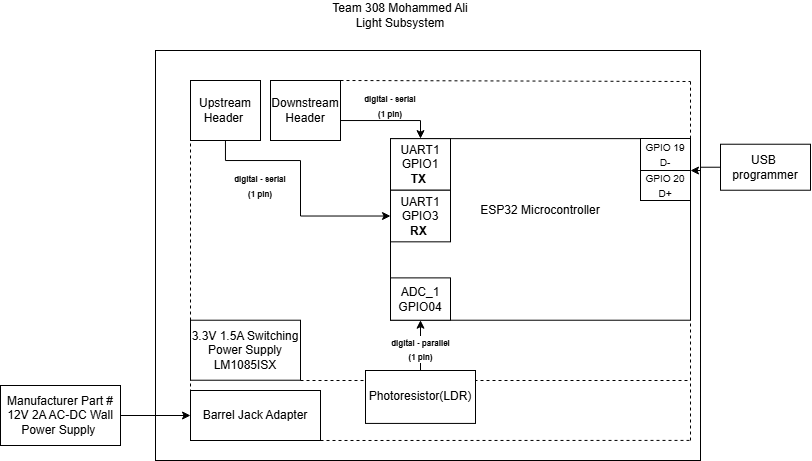
malqarn2/EGR314DataSheetTemplate keeps this draw.io diagram as 02-Block-Diagram/Mo314 Block diagram1.drawio.png. Above is the earlier version. Source tidied: cells renumbered, new cells last; positions are measured from the earlier drawing's top-left corner, leaving out a move shared by most shapes. Its diagram source:
```xml
<mxGraphModel>
  <root>
    <mxCell id="0" />
    <mxCell id="1" parent="0" />
    <mxCell id="2" value="Team 308&amp;nbsp;&lt;span style=&quot;background-color: transparent; color: light-dark(rgb(0, 0, 0), rgb(255, 255, 255));&quot;&gt;Mohammed Ali&lt;/span&gt;&lt;div&gt;&lt;span style=&quot;background-color: transparent; color: light-dark(rgb(0, 0, 0), rgb(255, 255, 255));&quot;&gt;Light Subsystem&lt;/span&gt;&lt;/div&gt;" style="text;html=1;whiteSpace=wrap;strokeColor=none;fillColor=none;align=center;verticalAlign=middle;rounded=0;" parent="1" vertex="1">
      <mxGeometry x="310" width="180" height="30" as="geometry" />
    </mxCell>
    <mxCell id="3" style="rounded=0;whiteSpace=wrap;html=1;" parent="1" vertex="1">
      <mxGeometry x="155" y="50" width="545" height="410" as="geometry" />
    </mxCell>
    <mxCell id="4" value="&lt;div&gt;&lt;br&gt;&lt;/div&gt;&lt;div&gt;&lt;br&gt;&lt;/div&gt;&lt;div&gt;&lt;br&gt;&lt;/div&gt;&lt;div&gt;&lt;br&gt;&lt;/div&gt;&lt;div&gt;ESP32 Microcontroller&lt;/div&gt;" style="rounded=0;whiteSpace=wrap;html=1;verticalAlign=top;" parent="1" vertex="1">
      <mxGeometry x="390" y="138.1" width="300" height="181.6" as="geometry" />
    </mxCell>
    <mxCell id="5" value="ADC_1&lt;br&gt;GPIO04" style="rounded=0;whiteSpace=wrap;html=1;" parent="1" vertex="1">
      <mxGeometry x="390" y="277.4" width="60" height="42.3" as="geometry" />
    </mxCell>
    <mxCell id="6" style="edgeStyle=orthogonalEdgeStyle;rounded=0;jettySize=auto;html=1;entryX=0.5;entryY=1;entryDx=0;entryDy=0;" parent="1" edge="1" source="24" target="5">
      <mxGeometry relative="1" as="geometry">
        <Array as="points">
          <mxPoint x="420" y="350" />
          <mxPoint x="420" y="350" />
        </Array>
      </mxGeometry>
    </mxCell>
    <mxCell id="7" value="&lt;font style=&quot;font-size: 8px;&quot;&gt;&lt;b&gt;digital - parallel&lt;br&gt;(1 pin)&lt;/b&gt;&lt;br&gt;&lt;/font&gt;" style="edgeLabel;html=1;align=center;verticalAlign=middle;" parent="6" vertex="1">
      <mxGeometry x="-0.14" relative="1" as="geometry" />
    </mxCell>
    <mxCell id="8" value="UART1&lt;br&gt;GPIO1&lt;br&gt;&lt;b&gt;TX&amp;nbsp;&lt;/b&gt;" style="rounded=0;whiteSpace=wrap;html=1;" parent="1" vertex="1">
      <mxGeometry x="390" y="138.1" width="60" height="51.6" as="geometry" />
    </mxCell>
    <mxCell id="9" value="UART1&lt;br&gt;GPIO3&lt;br&gt;&lt;b&gt;RX&amp;nbsp;&lt;/b&gt;" style="rounded=0;whiteSpace=wrap;html=1;" parent="1" vertex="1">
      <mxGeometry x="390" y="189.7" width="60" height="51.6" as="geometry" />
    </mxCell>
    <mxCell id="10" style="edgeStyle=orthogonalEdgeStyle;rounded=0;jettySize=auto;html=1;entryX=0;entryY=0.5;entryDx=0;entryDy=0;" parent="1" edge="1" source="11" target="12">
      <mxGeometry relative="1" as="geometry" />
    </mxCell>
    <mxCell id="11" value="Manufacturer Part #&lt;br/&gt;12V 2A AC-DC Wall&lt;br/&gt;Power Supply&amp;nbsp;" style="rounded=0;whiteSpace=wrap;html=1;" parent="1" vertex="1">
      <mxGeometry y="385" width="120" height="60" as="geometry" />
    </mxCell>
    <mxCell id="12" value="Barrel Jack Adapter" style="rounded=0;whiteSpace=wrap;html=1;" parent="1" vertex="1">
      <mxGeometry x="190" y="390" width="130" height="50" as="geometry" />
    </mxCell>
    <mxCell id="13" value="3.3V 1.5A Switching&lt;br&gt;Power Supply&lt;div&gt;LM1085ISX&lt;/div&gt;" style="rounded=0;whiteSpace=wrap;html=1;" parent="1" vertex="1">
      <mxGeometry x="190" y="319.7" width="110" height="60" as="geometry" />
    </mxCell>
    <mxCell id="14" style="edgeStyle=orthogonalEdgeStyle;rounded=0;jettySize=auto;html=1;entryX=0;entryY=0.5;entryDx=0;entryDy=0;" parent="1" edge="1" source="15" target="9">
      <mxGeometry relative="1" as="geometry">
        <Array as="points">
          <mxPoint x="225" y="160" />
          <mxPoint x="300" y="160" />
          <mxPoint x="300" y="216" />
        </Array>
      </mxGeometry>
    </mxCell>
    <mxCell id="15" value="Upstream&lt;br/&gt;Header&amp;nbsp;" style="rounded=0;whiteSpace=wrap;html=1;" parent="1" vertex="1">
      <mxGeometry x="190" y="80" width="70" height="60" as="geometry" />
    </mxCell>
    <mxCell id="16" style="edgeStyle=orthogonalEdgeStyle;rounded=0;jettySize=auto;html=1;entryX=0.5;entryY=0;entryDx=0;entryDy=0;" parent="1" edge="1" target="8">
      <mxGeometry relative="1" as="geometry">
        <mxPoint x="340" y="118" as="sourcePoint" />
        <Array as="points">
          <mxPoint x="340" y="120" />
          <mxPoint x="420" y="120" />
        </Array>
      </mxGeometry>
    </mxCell>
    <mxCell id="17" value="Downstream&lt;br/&gt;Header" style="rounded=0;whiteSpace=wrap;html=1;" parent="1" vertex="1">
      <mxGeometry x="270" y="80" width="70" height="60" as="geometry" />
    </mxCell>
    <mxCell id="18" value="&lt;font style=&quot;font-size: 8px;&quot;&gt;&lt;b&gt;digital - serial&lt;br&gt;(1 pin)&lt;/b&gt;&lt;br&gt;&lt;/font&gt;" style="text;html=1;whiteSpace=wrap;strokeColor=none;fillColor=none;align=center;verticalAlign=middle;rounded=0;" parent="1" vertex="1">
      <mxGeometry x="360" y="90" width="60" height="30" as="geometry" />
    </mxCell>
    <mxCell id="19" value="&lt;b style=&quot;font-size: 8px;&quot;&gt;digital - serial&lt;br&gt;(1 pin)&lt;/b&gt;" style="text;html=1;whiteSpace=wrap;strokeColor=none;fillColor=none;align=center;verticalAlign=middle;rounded=0;" parent="1" vertex="1">
      <mxGeometry x="230" y="170" width="60" height="30" as="geometry" />
    </mxCell>
    <mxCell id="20" style="endArrow=none;dashed=1;html=1;rounded=0;exitX=0;exitY=1;exitDx=0;exitDy=0;" parent="1" edge="1" source="12">
      <mxGeometry relative="1" as="geometry">
        <mxPoint x="190" y="140" as="targetPoint" />
      </mxGeometry>
    </mxCell>
    <mxCell id="21" style="endArrow=none;dashed=1;html=1;rounded=0;" parent="1" edge="1">
      <mxGeometry relative="1" as="geometry">
        <mxPoint x="340" y="80" as="sourcePoint" />
        <mxPoint x="690" y="81" as="targetPoint" />
      </mxGeometry>
    </mxCell>
    <mxCell id="22" style="endArrow=none;dashed=1;html=1;rounded=0;exitX=1;exitY=0;exitDx=0;exitDy=0;" parent="1" edge="1" source="4">
      <mxGeometry relative="1" as="geometry">
        <mxPoint x="690" y="80" as="targetPoint" />
      </mxGeometry>
    </mxCell>
    <mxCell id="23" style="endArrow=none;dashed=1;html=1;rounded=0;" parent="1" edge="1">
      <mxGeometry relative="1" as="geometry">
        <mxPoint x="300" y="380" as="sourcePoint" />
        <mxPoint x="690" y="380" as="targetPoint" />
      </mxGeometry>
    </mxCell>
    <mxCell id="24" value="&lt;div&gt;Photoresistor(LDR)&lt;/div&gt;" style="rounded=0;whiteSpace=wrap;html=1;" parent="1" vertex="1">
      <mxGeometry x="365" y="370" width="110" height="52.9" as="geometry" />
    </mxCell>
    <mxCell id="25" style="endArrow=none;dashed=1;html=1;rounded=0;entryX=0.982;entryY=0.951;entryDx=0;entryDy=0;entryPerimeter=0;" parent="1" edge="1" target="3">
      <mxGeometry relative="1" as="geometry">
        <mxPoint x="320" y="440" as="sourcePoint" />
      </mxGeometry>
    </mxCell>
    <mxCell id="26" style="endArrow=none;dashed=1;html=1;rounded=0;" parent="1" edge="1">
      <mxGeometry relative="1" as="geometry">
        <mxPoint x="690" y="440" as="sourcePoint" />
        <mxPoint x="690" y="380" as="targetPoint" />
      </mxGeometry>
    </mxCell>
    <mxCell id="27" style="endArrow=none;dashed=1;html=1;rounded=0;entryX=1;entryY=1;entryDx=0;entryDy=0;" parent="1" edge="1" target="4">
      <mxGeometry relative="1" as="geometry">
        <mxPoint x="690" y="380" as="sourcePoint" />
      </mxGeometry>
    </mxCell>
    <mxCell id="28" value="&lt;font style=&quot;font-size: 10px;&quot;&gt;GPIO 19&lt;/font&gt;&lt;div&gt;&lt;font style=&quot;font-size: 10px;&quot;&gt;D-&lt;/font&gt;&lt;/div&gt;" style="rounded=0;whiteSpace=wrap;html=1;" parent="1" vertex="1">
      <mxGeometry x="640" y="138" width="50" height="32" as="geometry" />
    </mxCell>
    <mxCell id="29" value="&lt;font size=&quot;1&quot;&gt;GPIO 20&lt;/font&gt;&lt;div&gt;&lt;font size=&quot;1&quot;&gt;D+&lt;/font&gt;&lt;/div&gt;" style="rounded=0;whiteSpace=wrap;html=1;" parent="1" vertex="1">
      <mxGeometry x="640" y="170" width="50" height="30" as="geometry" />
    </mxCell>
    <mxCell id="30" style="edgeStyle=orthogonalEdgeStyle;rounded=0;jettySize=auto;html=1;entryX=1;entryY=0;entryDx=0;entryDy=0;exitX=0;exitY=0.5;exitDx=0;exitDy=0;" parent="1" edge="1" source="31" target="29">
      <mxGeometry relative="1" as="geometry">
        <Array as="points">
          <mxPoint x="700" y="167" />
          <mxPoint x="700" y="170" />
        </Array>
      </mxGeometry>
    </mxCell>
    <mxCell id="31" value="USB&amp;nbsp;&lt;br&gt;programmer" style="rounded=0;whiteSpace=wrap;html=1;" parent="1" vertex="1">
      <mxGeometry x="720" y="143.7" width="90" height="46" as="geometry" />
    </mxCell>
  </root>
</mxGraphModel>
```
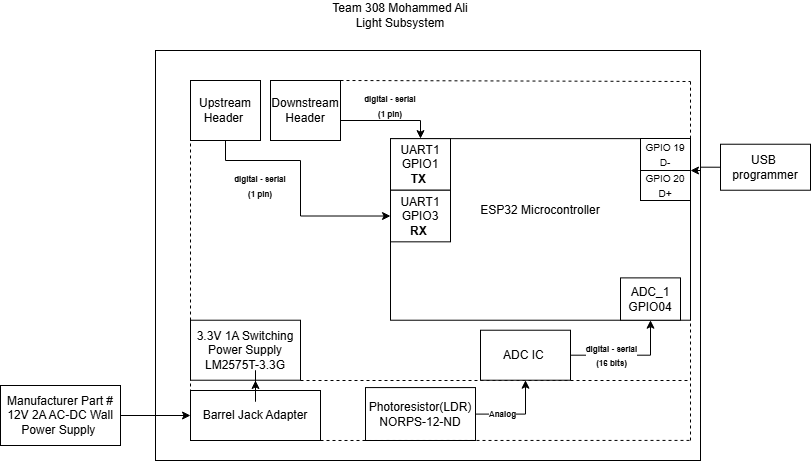
The same diagram one commit later.

Commit message:
deploy: 4c90525ddc111f9e43ae70e456e9b4468fb6223d

Diff of the diagram source:
```diff
@@ -12,19 +12,8 @@
       <mxGeometry x="390" y="138.1" width="300" height="181.6" as="geometry" />
     </mxCell>
     <mxCell id="5" value="ADC_1&lt;br&gt;GPIO04" style="rounded=0;whiteSpace=wrap;html=1;" parent="1" vertex="1">
-      <mxGeometry x="390" y="277.4" width="60" height="42.3" as="geometry" />
+      <mxGeometry x="620" y="277.4" width="60" height="42.3" as="geometry" />
     </mxCell>
-    <mxCell id="6" style="edgeStyle=orthogonalEdgeStyle;rounded=0;jettySize=auto;html=1;entryX=0.5;entryY=1;entryDx=0;entryDy=0;" parent="1" edge="1" source="24" target="5">
-      <mxGeometry relative="1" as="geometry">
-        <Array as="points">
-          <mxPoint x="420" y="350" />
-          <mxPoint x="420" y="350" />
-        </Array>
-      </mxGeometry>
-    </mxCell>
-    <mxCell id="7" value="&lt;font style=&quot;font-size: 8px;&quot;&gt;&lt;b&gt;digital - parallel&lt;br&gt;(1 pin)&lt;/b&gt;&lt;br&gt;&lt;/font&gt;" style="edgeLabel;html=1;align=center;verticalAlign=middle;" parent="6" vertex="1">
-      <mxGeometry x="-0.14" relative="1" as="geometry" />
-    </mxCell>
     <mxCell id="8" value="UART1&lt;br&gt;GPIO1&lt;br&gt;&lt;b&gt;TX&amp;nbsp;&lt;/b&gt;" style="rounded=0;whiteSpace=wrap;html=1;" parent="1" vertex="1">
       <mxGeometry x="390" y="138.1" width="60" height="51.6" as="geometry" />
     </mxCell>
@@ -40,7 +29,7 @@
     <mxCell id="12" value="Barrel Jack Adapter" style="rounded=0;whiteSpace=wrap;html=1;" parent="1" vertex="1">
       <mxGeometry x="190" y="390" width="130" height="50" as="geometry" />
     </mxCell>
-    <mxCell id="13" value="3.3V 1.5A Switching&lt;br&gt;Power Supply&lt;div&gt;LM1085ISX&lt;/div&gt;" style="rounded=0;whiteSpace=wrap;html=1;" parent="1" vertex="1">
+    <mxCell id="13" value="3.3V 1A Switching&lt;br&gt;Power Supply&lt;div&gt;LM2575T-3.3G&lt;/div&gt;" style="rounded=0;whiteSpace=wrap;html=1;" parent="1" vertex="1">
       <mxGeometry x="190" y="319.7" width="110" height="60" as="geometry" />
     </mxCell>
     <mxCell id="14" style="edgeStyle=orthogonalEdgeStyle;rounded=0;jettySize=auto;html=1;entryX=0;entryY=0.5;entryDx=0;entryDy=0;" parent="1" edge="1" source="15" target="9">
@@ -95,8 +84,14 @@
         <mxPoint x="690" y="380" as="targetPoint" />
       </mxGeometry>
     </mxCell>
+    <mxCell id="32" style="edgeStyle=orthogonalEdgeStyle;rounded=0;jettySize=auto;html=1;entryX=0.5;entryY=1;entryDx=0;entryDy=0;" parent="1" edge="1" source="24" target="36">
+      <mxGeometry relative="1" as="geometry" />
+    </mxCell>
+    <mxCell id="33" value="&lt;font style=&quot;font-size: 8px;&quot;&gt;&lt;b&gt;Analog&lt;/b&gt;&lt;/font&gt;" style="edgeLabel;html=1;align=center;verticalAlign=middle;" parent="32" vertex="1">
+      <mxGeometry x="-0.38" y="1" relative="1" as="geometry" />
+    </mxCell>
-    <mxCell id="24" value="&lt;div&gt;Photoresistor(LDR)&lt;/div&gt;" style="rounded=0;whiteSpace=wrap;html=1;" parent="1" vertex="1">
-      <mxGeometry x="365" y="370" width="110" height="52.9" as="geometry" />
+    <mxCell id="24" value="&lt;div&gt;Photoresistor(LDR)&lt;/div&gt;&lt;div&gt;NORPS-12-ND&lt;/div&gt;" style="rounded=0;whiteSpace=wrap;html=1;" parent="1" vertex="1">
+      <mxGeometry x="365" y="387.1" width="110" height="52.9" as="geometry" />
     </mxCell>
     <mxCell id="25" style="endArrow=none;dashed=1;html=1;rounded=0;entryX=0.982;entryY=0.951;entryDx=0;entryDy=0;entryPerimeter=0;" parent="1" edge="1" target="3">
       <mxGeometry relative="1" as="geometry">
@@ -131,5 +126,21 @@
     <mxCell id="31" value="USB&amp;nbsp;&lt;br&gt;programmer" style="rounded=0;whiteSpace=wrap;html=1;" parent="1" vertex="1">
       <mxGeometry x="720" y="143.7" width="90" height="46" as="geometry" />
     </mxCell>
+    <mxCell id="34" style="edgeStyle=orthogonalEdgeStyle;rounded=0;jettySize=auto;html=1;entryX=0.5;entryY=1;entryDx=0;entryDy=0;" parent="1" edge="1" source="36" target="5">
+      <mxGeometry relative="1" as="geometry" />
+    </mxCell>
+    <mxCell id="35" value="&lt;font style=&quot;font-size: 8px;&quot;&gt;&lt;b&gt;digital - serial&lt;br&gt;(16 bits)&lt;/b&gt;&lt;/font&gt;" style="edgeLabel;align=center;verticalAlign=middle;html=1;" parent="34" vertex="1">
+      <mxGeometry x="-0.13" relative="1" as="geometry">
+        <mxPoint x="-10" as="offset" />
+      </mxGeometry>
+    </mxCell>
+    <mxCell id="36" value="ADC IC&amp;nbsp;" style="rounded=0;whiteSpace=wrap;html=1;" parent="1" vertex="1">
+      <mxGeometry x="480" y="329.7" width="90" height="50" as="geometry" />
+    </mxCell>
+    <mxCell id="37" style="edgeStyle=orthogonalEdgeStyle;rounded=0;jettySize=auto;html=1;" parent="1" edge="1" source="12">
+      <mxGeometry relative="1" as="geometry">
+        <mxPoint x="255" y="380" as="targetPoint" />
+      </mxGeometry>
+    </mxCell>
   </root>
 </mxGraphModel>
```
